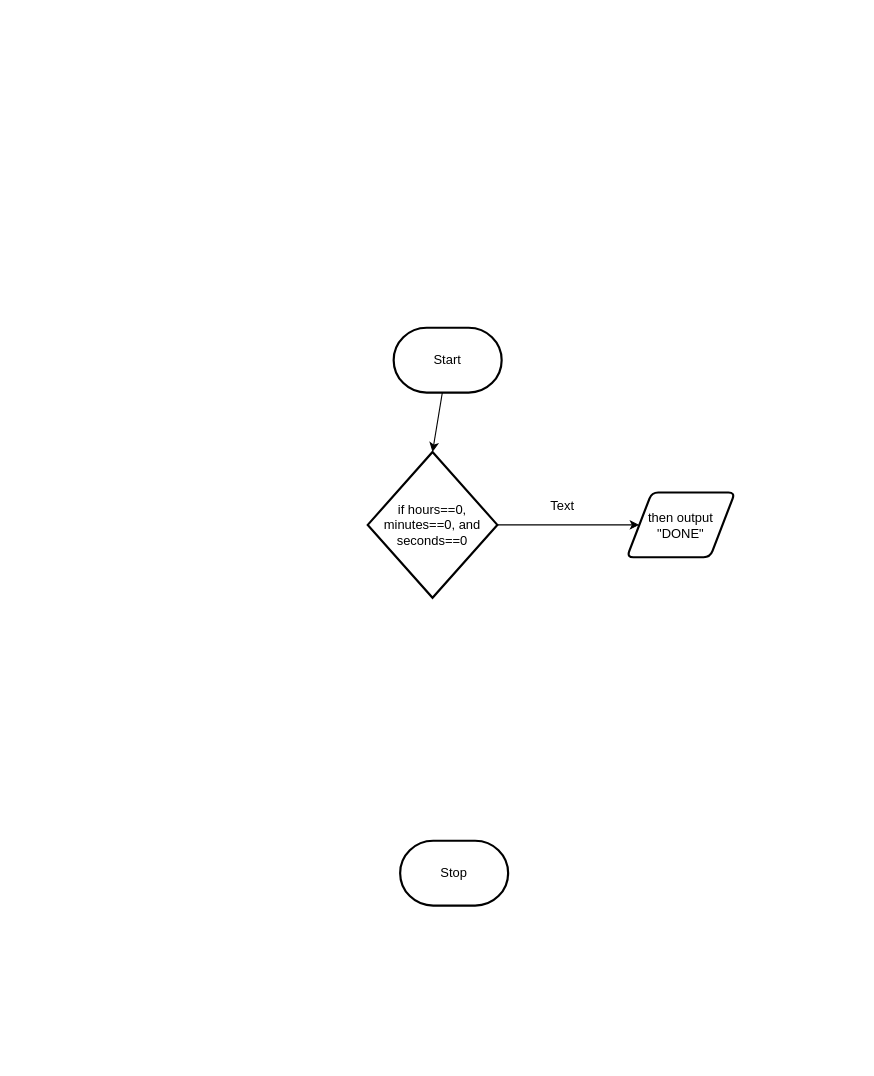
This is design/flowchart.drawio from MTHS-ICD2O-1-2023/ICD2O-1-2023-Final-Project-Julianne-Leblanc-Peltier-Fethawit-Gebremekeal, a draw.io file, before an edit. Source tidied: cells renumbered, new cells numbered last; positions are measured from the earlier drawing's top-left corner, leaving out a move shared by most shapes. Both pictures are drawn from the tidied source at 108%, with x=0, y=0 at pixel (367, 327).
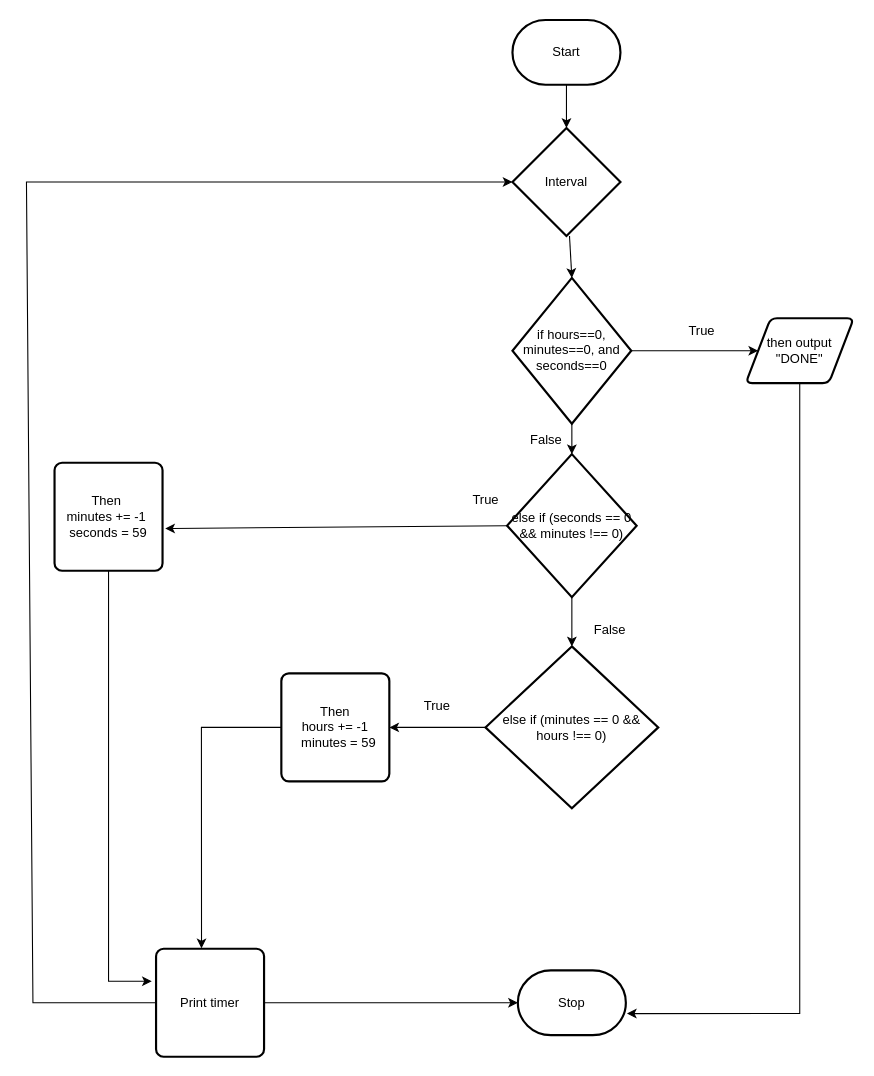
The same page after the edit.

The edit, as a diff of the source:
```diff
@@
-    <mxCell id="2" style="edgeStyle=none;html=1;entryX=0.5;entryY=0;entryDx=0;entryDy=0;entryPerimeter=0;" parent="1" edge="1" source="3" target="6">
-      <mxGeometry relative="1" as="geometry" />
-    </mxCell>
+    <mxCell id="9" style="edgeStyle=none;rounded=0;html=1;entryX=0.5;entryY=0;entryDx=0;entryDy=0;entryPerimeter=0;" parent="1" edge="1" source="3" target="25">
+      <mxGeometry relative="1" as="geometry" />
+    </mxCell>
     <mxCell id="3" value="Start" style="strokeWidth=2;html=1;shape=mxgraph.flowchart.terminator;whiteSpace=wrap;" parent="1" vertex="1">
-      <mxGeometry x="24" width="100" height="60" as="geometry" />
+      <mxGeometry x="134" y="-285" width="100" height="60" as="geometry" />
     </mxCell>
     <mxCell id="4" value="Stop" style="strokeWidth=2;html=1;shape=mxgraph.flowchart.terminator;whiteSpace=wrap;" parent="1" vertex="1">
-      <mxGeometry x="30" y="475" width="100" height="60" as="geometry" />
+      <mxGeometry x="139" y="595" width="100" height="60" as="geometry" />
     </mxCell>
-    <mxCell id="5" style="edgeStyle=none;html=1;exitX=1;exitY=0.5;exitDx=0;exitDy=0;exitPerimeter=0;entryX=0;entryY=0.5;entryDx=0;entryDy=0;" parent="1" edge="1" source="6" target="7">
+    <mxCell id="5" style="edgeStyle=none;html=1;exitX=1;exitY=0.5;exitDx=0;exitDy=0;exitPerimeter=0;" parent="1" edge="1" source="6" target="7">
       <mxGeometry relative="1" as="geometry" />
     </mxCell>
+    <mxCell id="10" style="edgeStyle=none;rounded=0;html=1;exitX=0.5;exitY=1;exitDx=0;exitDy=0;exitPerimeter=0;entryX=0.5;entryY=0;entryDx=0;entryDy=0;entryPerimeter=0;" parent="1" edge="1" source="6" target="14">
+      <mxGeometry relative="1" as="geometry" />
+    </mxCell>
     <mxCell id="6" value="if hours==0, minutes==0, and seconds==0" style="strokeWidth=2;html=1;shape=mxgraph.flowchart.decision;whiteSpace=wrap;" parent="1" vertex="1">
-      <mxGeometry y="115" width="120" height="135" as="geometry" />
+      <mxGeometry x="134" y="-46.2" width="110" height="135" as="geometry" />
     </mxCell>
+    <mxCell id="11" style="edgeStyle=none;rounded=0;html=1;entryX=1.01;entryY=0.667;entryDx=0;entryDy=0;entryPerimeter=0;" parent="1" edge="1" source="7" target="4">
+      <mxGeometry relative="1" as="geometry">
+        <Array as="points">
+          <mxPoint x="400" y="635" />
+        </Array>
+      </mxGeometry>
+    </mxCell>
     <mxCell id="7" value="then output &quot;DONE&quot;" style="shape=parallelogram;html=1;strokeWidth=2;perimeter=parallelogramPerimeter;whiteSpace=wrap;rounded=1;arcSize=12;size=0.23;" parent="1" vertex="1">
-      <mxGeometry x="240" y="152.5" width="100" height="60" as="geometry" />
+      <mxGeometry x="350" y="-8.8" width="100" height="60" as="geometry" />
     </mxCell>
-    <mxCell id="8" value="Text" style="text;html=1;align=center;verticalAlign=middle;strokeColor=none;fillColor=none;" parent="1" vertex="1">
-      <mxGeometry x="155" y="150" width="50" height="30" as="geometry" />
-    </mxCell>
+    <mxCell id="12" style="edgeStyle=none;rounded=0;html=1;exitX=0.5;exitY=1;exitDx=0;exitDy=0;exitPerimeter=0;entryX=0.5;entryY=0;entryDx=0;entryDy=0;entryPerimeter=0;" parent="1" edge="1" source="14" target="20">
+      <mxGeometry relative="1" as="geometry" />
+    </mxCell>
+    <mxCell id="13" style="edgeStyle=none;rounded=0;html=1;exitX=0;exitY=0.5;exitDx=0;exitDy=0;exitPerimeter=0;entryX=1.025;entryY=0.609;entryDx=0;entryDy=0;entryPerimeter=0;" parent="1" edge="1" source="14" target="18">
+      <mxGeometry relative="1" as="geometry" />
+    </mxCell>
+    <mxCell id="14" value="else if (seconds == 0 &amp;amp;&amp;amp; minutes !== 0)" style="strokeWidth=2;html=1;shape=mxgraph.flowchart.decision;whiteSpace=wrap;" parent="1" vertex="1">
+      <mxGeometry x="129" y="117" width="120" height="132.5" as="geometry" />
+    </mxCell>
+    <mxCell id="15" value="True" style="text;html=1;align=center;verticalAlign=middle;strokeColor=none;fillColor=none;" parent="1" vertex="1">
+      <mxGeometry x="284" y="-12.5" width="50" height="30" as="geometry" />
+    </mxCell>
+    <mxCell id="16" value="False" style="text;html=1;align=center;verticalAlign=middle;strokeColor=none;fillColor=none;" parent="1" vertex="1">
+      <mxGeometry x="199" y="265" width="50" height="30" as="geometry" />
+    </mxCell>
+    <mxCell id="17" style="edgeStyle=none;rounded=0;html=1;" parent="1" edge="1" source="18">
+      <mxGeometry relative="1" as="geometry">
+        <mxPoint x="-200" y="605" as="targetPoint" />
+        <Array as="points">
+          <mxPoint x="-240" y="605" />
+        </Array>
+      </mxGeometry>
+    </mxCell>
+    <mxCell id="18" value="&lt;div&gt;Then&amp;nbsp;&lt;/div&gt;&lt;div&gt;minutes += -1&amp;nbsp;&lt;/div&gt;&lt;div&gt;&lt;span style=&quot;background-color: initial;&quot;&gt;seconds = 59&lt;/span&gt;&lt;/div&gt;" style="rounded=1;whiteSpace=wrap;html=1;absoluteArcSize=1;arcSize=14;strokeWidth=2;" parent="1" vertex="1">
+      <mxGeometry x="-290" y="125" width="100" height="100" as="geometry" />
+    </mxCell>
+    <mxCell id="19" style="edgeStyle=none;rounded=0;html=1;exitX=0;exitY=0.5;exitDx=0;exitDy=0;exitPerimeter=0;entryX=1;entryY=0.5;entryDx=0;entryDy=0;" parent="1" edge="1" source="20" target="23">
+      <mxGeometry relative="1" as="geometry" />
+    </mxCell>
+    <mxCell id="20" value="else if (minutes == 0 &amp;amp;&amp;amp; hours !== 0)" style="strokeWidth=2;html=1;shape=mxgraph.flowchart.decision;whiteSpace=wrap;" parent="1" vertex="1">
+      <mxGeometry x="109" y="295" width="160" height="150" as="geometry" />
+    </mxCell>
+    <mxCell id="21" value="False" style="text;html=1;align=center;verticalAlign=middle;strokeColor=none;fillColor=none;" parent="1" vertex="1">
+      <mxGeometry x="140" y="88.8" width="50" height="30" as="geometry" />
+    </mxCell>
+    <mxCell id="22" style="edgeStyle=none;rounded=0;html=1;exitX=0;exitY=0.5;exitDx=0;exitDy=0;entryX=0.421;entryY=-0.004;entryDx=0;entryDy=0;entryPerimeter=0;" parent="1" edge="1" source="23" target="28">
+      <mxGeometry relative="1" as="geometry">
+        <Array as="points">
+          <mxPoint x="-154" y="370" />
+        </Array>
+      </mxGeometry>
+    </mxCell>
+    <mxCell id="23" value="&lt;div&gt;&amp;nbsp;Then&amp;nbsp;&lt;/div&gt;&lt;div&gt;hours += -1&lt;/div&gt;&lt;div&gt;&amp;nbsp; minutes = 59&lt;/div&gt;" style="rounded=1;whiteSpace=wrap;html=1;absoluteArcSize=1;arcSize=14;strokeWidth=2;" parent="1" vertex="1">
+      <mxGeometry x="-80" y="320" width="100" height="100" as="geometry" />
+    </mxCell>
+    <mxCell id="24" style="edgeStyle=none;rounded=0;html=1;entryX=0.5;entryY=0;entryDx=0;entryDy=0;entryPerimeter=0;" parent="1" edge="1" source="25" target="6">
+      <mxGeometry relative="1" as="geometry" />
+    </mxCell>
+    <mxCell id="25" value="Interval" style="strokeWidth=2;html=1;shape=mxgraph.flowchart.decision;whiteSpace=wrap;" parent="1" vertex="1">
+      <mxGeometry x="134" y="-185" width="100" height="100" as="geometry" />
+    </mxCell>
+    <mxCell id="26" style="edgeStyle=none;rounded=0;html=1;" parent="1" edge="1" source="28" target="4">
+      <mxGeometry relative="1" as="geometry" />
+    </mxCell>
+    <mxCell id="27" style="edgeStyle=none;rounded=0;html=1;entryX=0;entryY=0.5;entryDx=0;entryDy=0;entryPerimeter=0;" parent="1" edge="1" source="28" target="25">
+      <mxGeometry relative="1" as="geometry">
+        <Array as="points">
+          <mxPoint x="-310" y="625" />
+          <mxPoint x="-316" y="-135" />
+        </Array>
+      </mxGeometry>
+    </mxCell>
+    <mxCell id="28" value="Print timer" style="rounded=1;whiteSpace=wrap;html=1;absoluteArcSize=1;arcSize=14;strokeWidth=2;" parent="1" vertex="1">
+      <mxGeometry x="-196" y="575" width="100" height="100" as="geometry" />
+    </mxCell>
+    <mxCell id="29" value="True" style="text;html=1;align=center;verticalAlign=middle;strokeColor=none;fillColor=none;" parent="1" vertex="1">
+      <mxGeometry x="39" y="335" width="50" height="30" as="geometry" />
+    </mxCell>
+    <mxCell id="30" value="True" style="text;html=1;align=center;verticalAlign=middle;strokeColor=none;fillColor=none;" parent="1" vertex="1">
+      <mxGeometry x="84" y="145" width="50" height="30" as="geometry" />
+    </mxCell>
```
